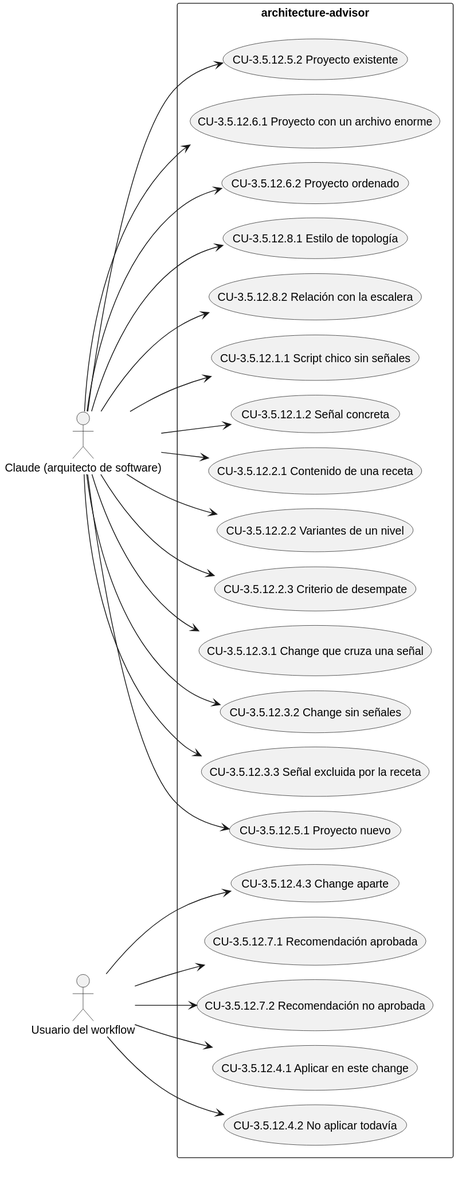
Before: docs/diagramas/CAP-3.5.12.svg, a diagram exported from PlantUML (Lautaro-Montecchiani/sdd-global-config). Its diagram source:
```plantuml
@startuml
!pragma layout smetana
left to right direction
actor "Claude (arquitecto de software)" as A1
actor "Usuario del workflow" as A2
rectangle "architecture-advisor" {
  usecase "CU-3.5.12.1.1 Script chico sin señales" as UC_3_5_12_1_1
  usecase "CU-3.5.12.1.2 Señal concreta" as UC_3_5_12_1_2
  usecase "CU-3.5.12.2.1 Contenido de una receta" as UC_3_5_12_2_1
  usecase "CU-3.5.12.2.2 Variantes de un nivel" as UC_3_5_12_2_2
  usecase "CU-3.5.12.2.3 Criterio de desempate" as UC_3_5_12_2_3
  usecase "CU-3.5.12.3.1 Change que cruza una señal" as UC_3_5_12_3_1
  usecase "CU-3.5.12.3.2 Change sin señales" as UC_3_5_12_3_2
  usecase "CU-3.5.12.3.3 Señal excluida por la receta" as UC_3_5_12_3_3
  usecase "CU-3.5.12.4.1 Aplicar en este change" as UC_3_5_12_4_1
  usecase "CU-3.5.12.4.2 No aplicar todavía" as UC_3_5_12_4_2
  usecase "CU-3.5.12.4.3 Change aparte" as UC_3_5_12_4_3
  usecase "CU-3.5.12.5.1 Proyecto nuevo" as UC_3_5_12_5_1
  usecase "CU-3.5.12.5.2 Proyecto existente" as UC_3_5_12_5_2
  usecase "CU-3.5.12.6.1 Proyecto con un archivo enorme" as UC_3_5_12_6_1
  usecase "CU-3.5.12.6.2 Proyecto ordenado" as UC_3_5_12_6_2
  usecase "CU-3.5.12.7.1 Recomendación aprobada" as UC_3_5_12_7_1
  usecase "CU-3.5.12.7.2 Recomendación no aprobada" as UC_3_5_12_7_2
  usecase "CU-3.5.12.8.1 Estilo de topología" as UC_3_5_12_8_1
  usecase "CU-3.5.12.8.2 Relación con la escalera" as UC_3_5_12_8_2
}
A1 --> UC_3_5_12_1_1
A1 --> UC_3_5_12_1_2
A1 --> UC_3_5_12_2_1
A1 --> UC_3_5_12_2_2
A1 --> UC_3_5_12_2_3
A1 --> UC_3_5_12_3_1
A1 --> UC_3_5_12_3_2
A1 --> UC_3_5_12_3_3
A2 --> UC_3_5_12_4_1
A2 --> UC_3_5_12_4_2
A2 --> UC_3_5_12_4_3
A1 --> UC_3_5_12_5_1
A1 --> UC_3_5_12_5_2
A1 --> UC_3_5_12_6_1
A1 --> UC_3_5_12_6_2
A2 --> UC_3_5_12_7_1
A2 --> UC_3_5_12_7_2
A1 --> UC_3_5_12_8_1
A1 --> UC_3_5_12_8_2
@enduml
```
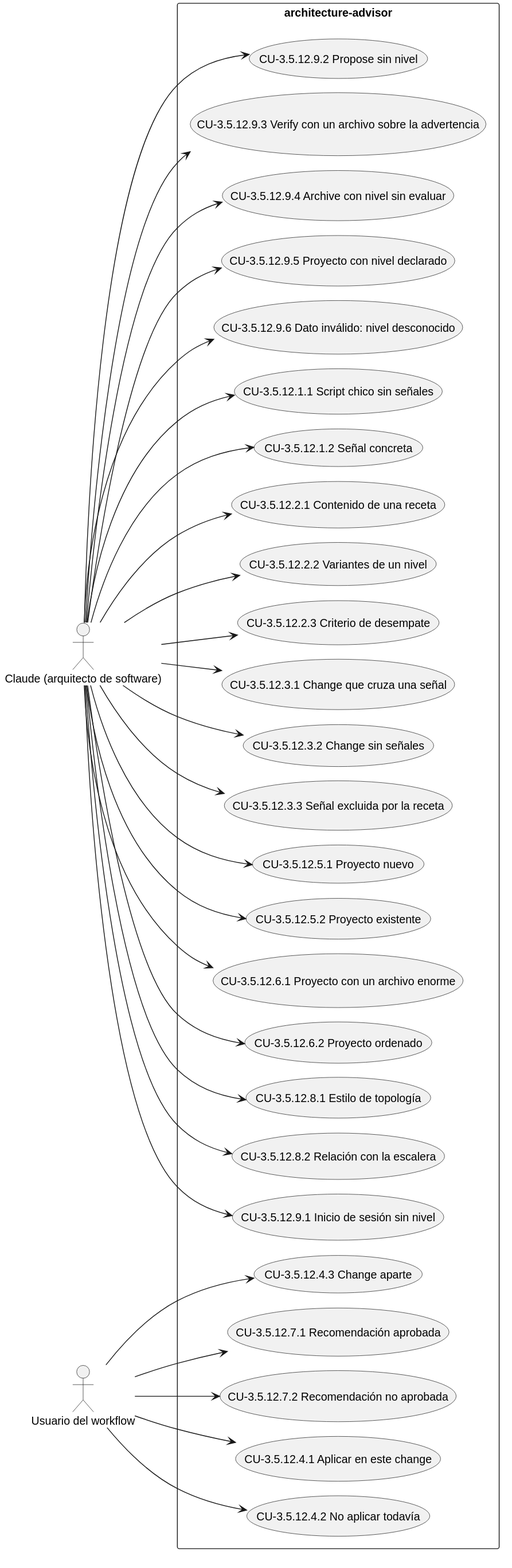
After the commit.

What changed in the source:
```diff
@@ -23,6 +23,12 @@
   usecase "CU-3.5.12.7.2 Recomendación no aprobada" as UC_3_5_12_7_2
   usecase "CU-3.5.12.8.1 Estilo de topología" as UC_3_5_12_8_1
   usecase "CU-3.5.12.8.2 Relación con la escalera" as UC_3_5_12_8_2
+  usecase "CU-3.5.12.9.1 Inicio de sesión sin nivel" as UC_3_5_12_9_1
+  usecase "CU-3.5.12.9.2 Propose sin nivel" as UC_3_5_12_9_2
+  usecase "CU-3.5.12.9.3 Verify con un archivo sobre la advertencia" as UC_3_5_12_9_3
+  usecase "CU-3.5.12.9.4 Archive con nivel sin evaluar" as UC_3_5_12_9_4
+  usecase "CU-3.5.12.9.5 Proyecto con nivel declarado" as UC_3_5_12_9_5
+  usecase "CU-3.5.12.9.6 Dato inválido: nivel desconocido" as UC_3_5_12_9_6
 }
 A1 --> UC_3_5_12_1_1
 A1 --> UC_3_5_12_1_2
@@ -43,4 +49,10 @@
 A2 --> UC_3_5_12_7_2
 A1 --> UC_3_5_12_8_1
 A1 --> UC_3_5_12_8_2
+A1 --> UC_3_5_12_9_1
+A1 --> UC_3_5_12_9_2
+A1 --> UC_3_5_12_9_3
+A1 --> UC_3_5_12_9_4
+A1 --> UC_3_5_12_9_5
+A1 --> UC_3_5_12_9_6
 @enduml
```
